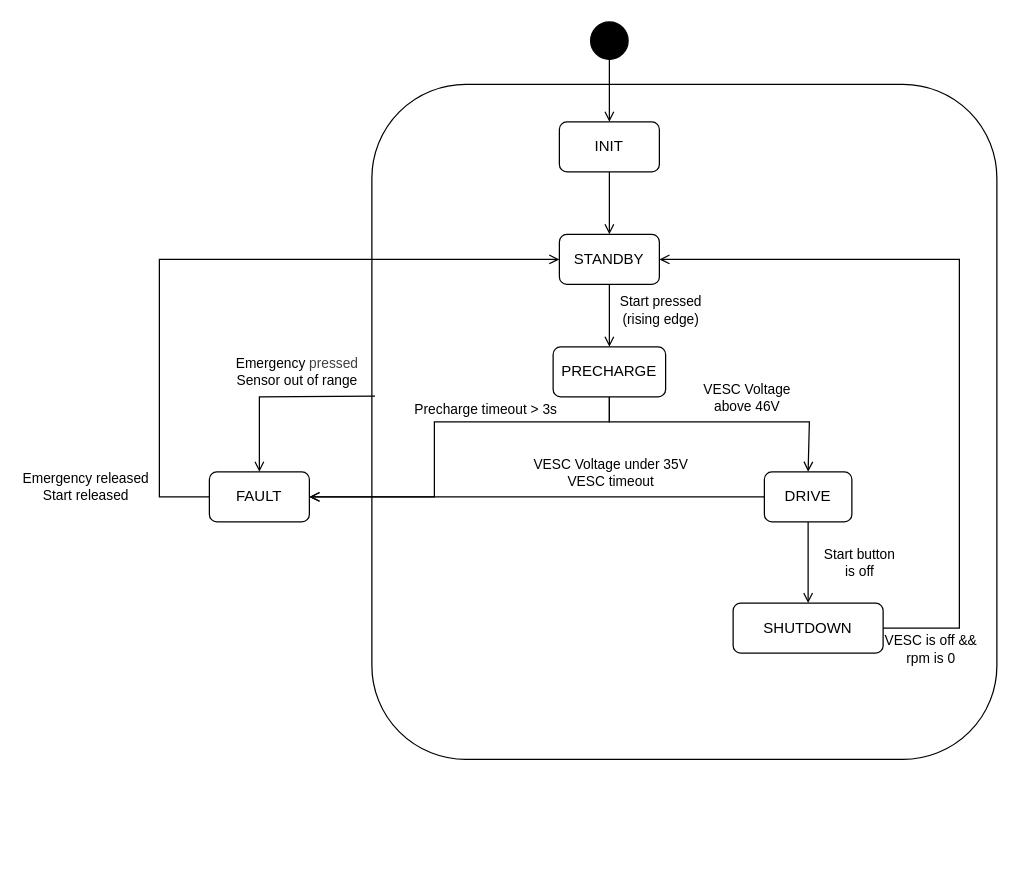
Above: Docs/StateDiagram.drawio in Will-Dub/2V4U (draw.io), before the change. Source tidied: cells renumbered, new cells numbered last; positions are measured from the earlier drawing's top-left corner, leaving out a move shared by most shapes. Both pictures are drawn from the tidied source at 125%, with x=0, y=0 at pixel (159, 21).
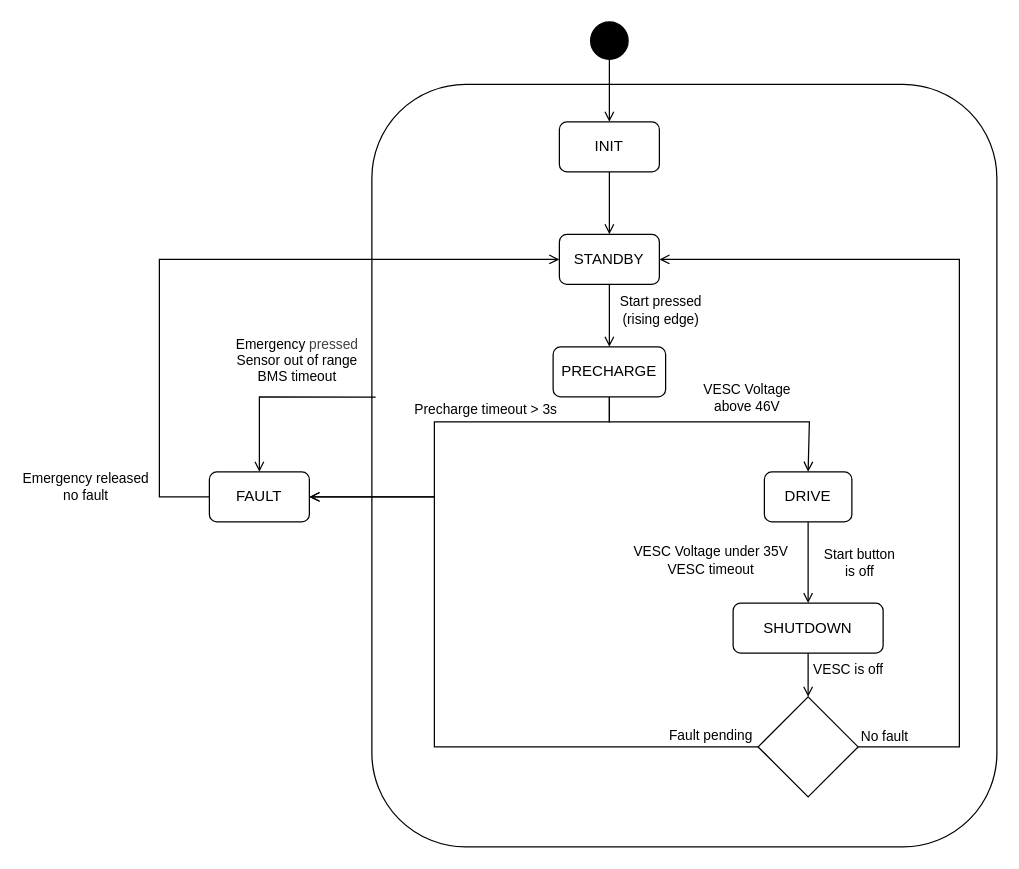
After the change.

Commit message (it also covers changes not shown here):
Update state + README + throttle valid

The change refers to these unchanged cells:
```xml
<mxCell id="6" value="STANDBY" style="rounded=1;whiteSpace=wrap;html=1;fontSize=12;glass=0;strokeWidth=1;shadow=0;" parent="1" vertex="1">
  <mxGeometry x="320" y="170" width="80" height="40" as="geometry" />
</mxCell>
<mxCell id="11" value="DRIVE" style="rounded=1;whiteSpace=wrap;html=1;fontSize=12;glass=0;strokeWidth=1;shadow=0;" parent="1" vertex="1">
  <mxGeometry x="484" y="360" width="70" height="40" as="geometry" />
</mxCell>
<mxCell id="12" value="FAULT" style="rounded=1;whiteSpace=wrap;html=1;fontSize=12;glass=0;strokeWidth=1;shadow=0;" parent="1" vertex="1">
  <mxGeometry x="40" y="360" width="80" height="40" as="geometry" />
</mxCell>
<mxCell id="19" value="SHUTDOWN" style="rounded=1;whiteSpace=wrap;html=1;fontSize=12;glass=0;strokeWidth=1;shadow=0;" parent="1" vertex="1">
  <mxGeometry x="459" y="465" width="120" height="40" as="geometry" />
</mxCell>
<mxCell id="20" style="endArrow=open;html=1;rounded=0;entryX=0.5;entryY=0;entryDx=0;entryDy=0;exitX=0.5;exitY=1;exitDx=0;exitDy=0;endFill=0;" parent="1" edge="1" source="11" target="19">
  <mxGeometry x="0.02" relative="1" as="geometry" />
</mxCell>
<mxCell id="26" style="endArrow=open;html=1;rounded=0;entryX=0;entryY=0.5;entryDx=0;entryDy=0;endFill=0;exitX=0;exitY=0.5;exitDx=0;exitDy=0;" parent="1" edge="1" source="12" target="6">
  <mxGeometry x="-0.6" relative="1" as="geometry">
    <Array as="points">
      <mxPoint y="380" />
      <mxPoint y="190" />
    </Array>
  </mxGeometry>
</mxCell>
```

Diff of the diagram source:
```diff
@@
     <mxCell id="2" style="rounded=1;whiteSpace=wrap;html=1;" parent="1" vertex="1">
-      <mxGeometry x="170" y="50" width="500" height="540" as="geometry" />
+      <mxGeometry x="170" y="50" width="500" height="610" as="geometry" />
     </mxCell>
@@
-    <mxCell id="17" style="endArrow=open;html=1;rounded=0;entryX=1;entryY=0.5;entryDx=0;entryDy=0;exitX=0;exitY=0.5;exitDx=0;exitDy=0;endFill=0;" parent="1" edge="1" source="11" target="12">
-      <mxGeometry relative="1" as="geometry" />
-    </mxCell>
-    <mxCell id="18" value="VESC Voltage under 35V&lt;div&gt;VESC timeout&lt;/div&gt;" style="edgeLabel;html=1;align=center;verticalAlign=middle;" parent="17" vertex="1">
-      <mxGeometry x="0.02" y="1" relative="1" as="geometry">
-        <mxPoint x="62" y="-21" as="offset" />
-      </mxGeometry>
-    </mxCell>
@@
+    <mxCell id="18" value="&lt;span style=&quot;scrollbar-color: rgba(168, 169, 170, 0.52) rgb(18, 19, 20); background-color: rgb(255, 255, 255); float: none; color: rgb(0, 0, 0); display: inline !important;&quot;&gt;VESC Voltage under 35V&lt;/span&gt;&lt;div&gt;&lt;span style=&quot;scrollbar-color: rgba(168, 169, 170, 0.52) rgb(18, 19, 20); background-color: rgb(255, 255, 255); float: none; color: rgb(0, 0, 0); display: inline !important;&quot;&gt;VESC timeout&lt;/span&gt;&lt;/div&gt;" style="edgeLabel;html=1;align=center;verticalAlign=middle;" parent="20" vertex="1">
+      <mxGeometry x="0.01" y="1" relative="1" as="geometry">
+        <mxPoint x="-80" y="-3" as="offset" />
+      </mxGeometry>
+    </mxCell>
-    <mxCell id="22" style="endArrow=open;html=1;rounded=0;entryX=1;entryY=0.5;entryDx=0;entryDy=0;exitX=1;exitY=0.5;exitDx=0;exitDy=0;endFill=0;" parent="1" edge="1" source="19" target="6">
-      <mxGeometry relative="1" as="geometry">
+    <mxCell id="22" style="endArrow=open;html=1;rounded=0;entryX=1;entryY=0.5;entryDx=0;entryDy=0;exitX=1;exitY=0.5;exitDx=0;exitDy=0;endFill=0;" parent="1" edge="1" source="30" target="6">
+      <mxGeometry x="0.16" relative="1" as="geometry">
         <Array as="points">
-          <mxPoint x="640" y="485" />
+          <mxPoint x="640" y="580" />
           <mxPoint x="640" y="190" />
         </Array>
       </mxGeometry>
     </mxCell>
-    <mxCell id="23" value="VESC is off &amp;amp;&amp;amp;&lt;div&gt;rpm is 0&lt;/div&gt;" style="edgeLabel;html=1;align=center;verticalAlign=middle;" parent="22" vertex="1">
-      <mxGeometry x="0.02" y="1" relative="1" as="geometry">
-        <mxPoint x="-23" y="259" as="offset" />
+    <mxCell id="23" value="&lt;div&gt;&lt;font color=&quot;#000000&quot;&gt;N&lt;/font&gt;o fault&lt;/div&gt;" style="edgeLabel;html=1;align=center;verticalAlign=middle;" parent="22" vertex="1">
+      <mxGeometry x="0.18" y="1" relative="1" as="geometry">
+        <mxPoint x="-60" y="329" as="offset" />
       </mxGeometry>
     </mxCell>
-    <mxCell id="24" style="endArrow=open;html=1;rounded=0;entryX=0.5;entryY=0;entryDx=0;entryDy=0;endFill=0;exitX=0.005;exitY=0.462;exitDx=0;exitDy=0;exitPerimeter=0;" parent="1" edge="1" source="2" target="12">
+    <mxCell id="24" style="endArrow=open;html=1;rounded=0;entryX=0.5;entryY=0;entryDx=0;entryDy=0;endFill=0;exitX=0.006;exitY=0.41;exitDx=0;exitDy=0;exitPerimeter=0;" parent="1" edge="1" source="2" target="12">
       <mxGeometry relative="1" as="geometry">
         <Array as="points">
           <mxPoint x="80" y="300" />
         </Array>
       </mxGeometry>
     </mxCell>
-    <mxCell id="25" value="Emergency&amp;nbsp;&lt;span style=&quot;color: rgb(63, 63, 63); background-color: light-dark(#ffffff, var(--ge-dark-color, #121212));&quot;&gt;pressed&lt;/span&gt;&lt;div&gt;Sensor out of range&lt;/div&gt;" style="edgeLabel;html=1;align=center;verticalAlign=middle;" parent="24" vertex="1">
+    <mxCell id="25" value="Emergency&amp;nbsp;&lt;span style=&quot;color: rgb(63, 63, 63); background-color: light-dark(#ffffff, var(--ge-dark-color, #121212));&quot;&gt;pressed&lt;/span&gt;&lt;div&gt;Sensor out of range&lt;/div&gt;&lt;div&gt;BMS timeout&lt;/div&gt;" style="edgeLabel;html=1;align=center;verticalAlign=middle;" parent="24" vertex="1">
       <mxGeometry x="0.02" y="1" relative="1" as="geometry">
-        <mxPoint x="15" y="-21" as="offset" />
+        <mxPoint x="15" y="-31" as="offset" />
       </mxGeometry>
     </mxCell>
@@
-    <mxCell id="27" value="Emergency released&lt;div&gt;Start released&lt;/div&gt;" style="edgeLabel;html=1;align=center;verticalAlign=middle;" parent="26" vertex="1">
+    <mxCell id="27" value="Emergency released&lt;div&gt;no fault&lt;/div&gt;" style="edgeLabel;html=1;align=center;verticalAlign=middle;" parent="26" vertex="1">
       <mxGeometry x="-0.6" y="1" relative="1" as="geometry">
         <mxPoint x="-59" y="61" as="offset" />
       </mxGeometry>
     </mxCell>
+    <mxCell id="28" style="endArrow=open;html=1;rounded=0;exitX=0;exitY=0.5;exitDx=0;exitDy=0;endFill=0;entryX=1;entryY=0.5;entryDx=0;entryDy=0;" parent="1" edge="1" source="30" target="12">
+      <mxGeometry x="0.15" relative="1" as="geometry">
+        <Array as="points">
+          <mxPoint x="380" y="580" />
+          <mxPoint x="220" y="580" />
+          <mxPoint x="220" y="380" />
+        </Array>
+      </mxGeometry>
+    </mxCell>
+    <mxCell id="29" value="Fault pending" style="edgeLabel;html=1;align=center;verticalAlign=middle;inheritText=1;" parent="28" vertex="1">
+      <mxGeometry x="-0.92" relative="1" as="geometry">
+        <mxPoint x="-17" y="-10" as="offset" />
+      </mxGeometry>
+    </mxCell>
+    <mxCell id="30" style="rhombus;whiteSpace=wrap;html=1;shapeInside=1;" parent="1" vertex="1">
+      <mxGeometry x="479" y="540" width="80" height="80" as="geometry" />
+    </mxCell>
+    <mxCell id="31" style="endArrow=open;html=1;rounded=0;entryX=0.5;entryY=0;entryDx=0;entryDy=0;exitX=0.5;exitY=1;exitDx=0;exitDy=0;endFill=0;" parent="1" edge="1" source="19" target="30">
+      <mxGeometry x="0.02" relative="1" as="geometry" />
+    </mxCell>
+    <mxCell id="32" value="VESC is off" style="edgeLabel;html=1;align=center;verticalAlign=middle;inheritText=1;" parent="31" vertex="1">
+      <mxGeometry x="-0.33" relative="1" as="geometry">
+        <mxPoint x="31" as="offset" />
+      </mxGeometry>
+    </mxCell>
```
